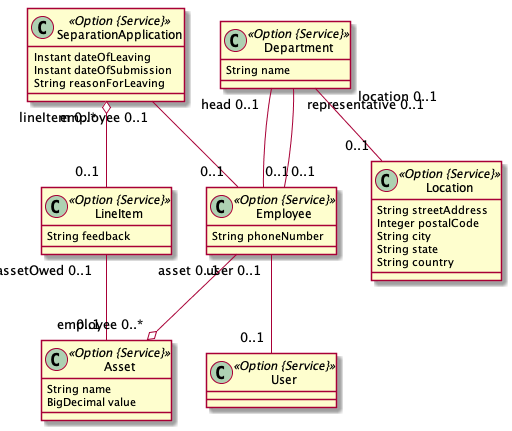
harveydt421/Manage-Me keeps this PlantUML diagram as jdl/ManageMe.png. Above is the earlier version. The source it was exported from:
```plantuml
@startuml
	!pragma syntax class
	class Employee <<Option {Service}>> {
		String phoneNumber
	}
	Employee  "user 0..1 " -- "0..1 "  User
	class Department <<Option {Service}>> {
		String name
	}
	Department  "head 0..1 " -- "0..1 "  Employee
	Department  "representative 0..1 " -- "0..1 "  Employee
	class Location <<Option {Service}>> {
		String streetAddress
		Integer postalCode
		String city
		String state
		String country
	}
	class Asset <<Option {Service}>> {
		String name
		BigDecimal value
	}
	class SeparationApplication <<Option {Service}>> {
		Instant dateOfLeaving
		Instant dateOfSubmission
		String reasonForLeaving
	}
	class LineItem <<Option {Service}>> {
		String feedback
	}
	SeparationApplication  "employee 0..1 " -- "0..1 "  Employee
	LineItem  "assetOwed 0..1 " -- "0..1 "  Asset
	Department  "location 0..1 " -- "0..1 "  Location
	SeparationApplication  "lineItem 0..* " o-- "0..1 "  LineItem
	Employee  "asset 0..1 " --o "employee 0..* "  Asset
	class User <<Option {Service}>> {
	}
@enduml
```
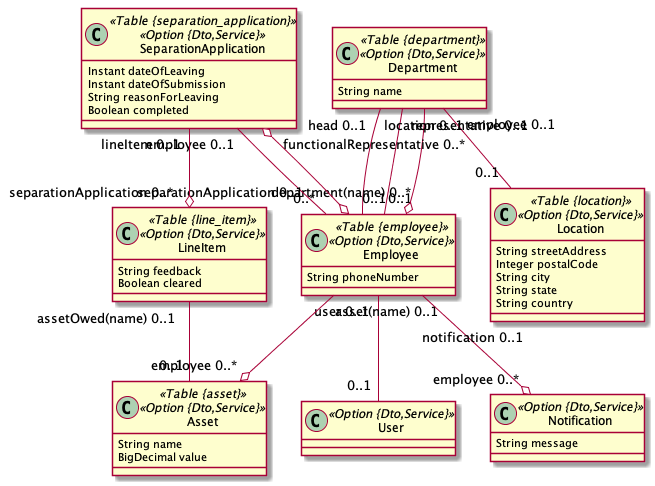
After the commit.

The edit, as a diff of the source:
```diff
@@ -1,38 +1,46 @@
 @startuml
 	!pragma syntax class
-	class Employee <<Option {Service}>> {
+	class Employee <<Table {employee}>><<Option {Dto,Service}>> {
 		String phoneNumber
 	}
-	Employee  "user 0..1 " -- "0..1 "  User
-	class Department <<Option {Service}>> {
+	class Department <<Table {department}>><<Option {Dto,Service}>> {
 		String name
 	}
-	Department  "head 0..1 " -- "0..1 "  Employee
-	Department  "representative 0..1 " -- "0..1 "  Employee
-	class Location <<Option {Service}>> {
+	class Location <<Table {location}>><<Option {Dto,Service}>> {
 		String streetAddress
 		Integer postalCode
 		String city
 		String state
 		String country
 	}
-	class Asset <<Option {Service}>> {
+	class Asset <<Table {asset}>><<Option {Dto,Service}>> {
 		String name
 		BigDecimal value
 	}
-	class SeparationApplication <<Option {Service}>> {
+	class SeparationApplication <<Table {separation_application}>><<Option {Dto,Service}>> {
 		Instant dateOfLeaving
 		Instant dateOfSubmission
 		String reasonForLeaving
+		Boolean completed
 	}
-	class LineItem <<Option {Service}>> {
+	class LineItem <<Table {line_item}>><<Option {Dto,Service}>> {
 		String feedback
+		Boolean cleared
 	}
-	SeparationApplication  "employee 0..1 " -- "0..1 "  Employee
-	LineItem  "assetOwed 0..1 " -- "0..1 "  Asset
+	Employee  "user 0..1 " -- "0..1 "  User
+	Department  "head 0..1 " -- "0..1 "  Employee
+	Department  "representative 0..1 " -- "0..1 "  Employee
 	Department  "location 0..1 " -- "0..1 "  Location
-	SeparationApplication  "lineItem 0..* " o-- "0..1 "  LineItem
-	Employee  "asset 0..1 " --o "employee 0..* "  Asset
-	class User <<Option {Service}>> {
+	SeparationApplication  "employee 0..1 " -- "separationApplication 0..1 "  Employee
+	LineItem  "assetOwed(name) 0..1 " -- "0..1 "  Asset
+	Employee  "asset(name) 0..1 " --o "employee 0..* "  Asset
+	Department  "employee 0..1 " --o "department(name) 0..* "  Employee
+	SeparationApplication  "lineItem 0..1 " --o "separationApplication 0..* "  LineItem
+	Employee  "notification 0..1 " --o "employee 0..* "  Notification
+	SeparationApplication  "functionalRepresentative 0..* " o--o "0..* "  Employee
+	class Notification <<Option {Dto,Service}>> {
+		String message
+	}
+	class User <<Option {Dto,Service}>> {
 	}
 @enduml
```
